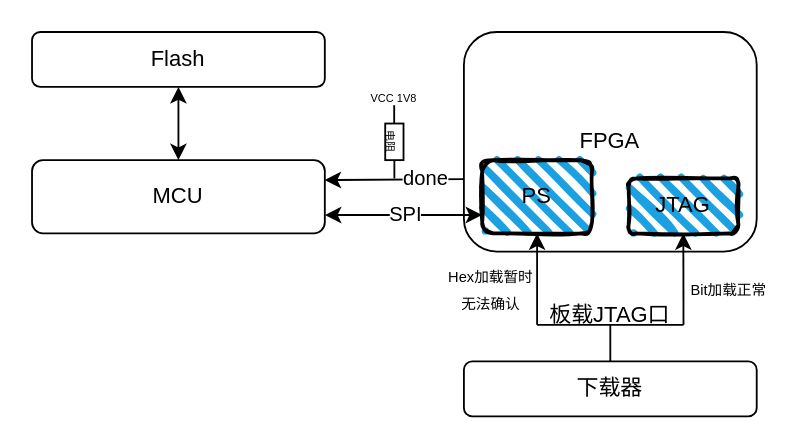
Before: A11-Done信号异常.drawio in shenwangchong/learngit, a draw.io diagram. Source tidied: cells renumbered, new cells numbered last; positions are measured from the earlier drawing's top-left corner, leaving out a move shared by most shapes. Both pictures are drawn from the tidied source at 183%, with x=0, y=0 at pixel (31, 31).
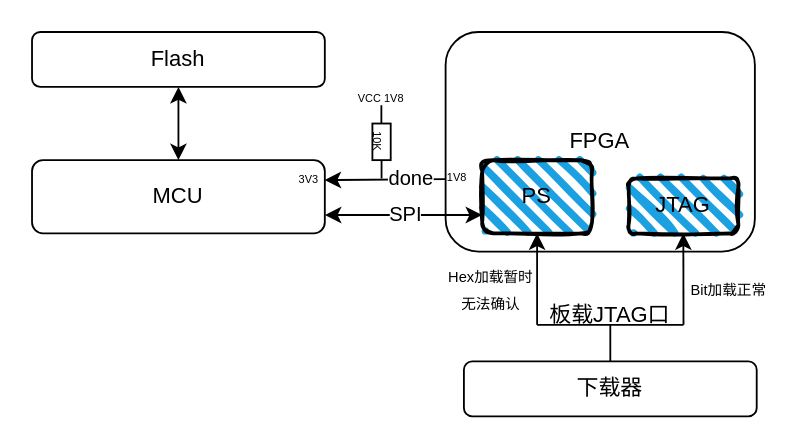
The same diagram, later.

Commit message:
更新A11-Done信号异常.drawio

The change refers to these unchanged cells:
```xml
<mxCell id="18" style="endArrow=classic;html=1;rounded=0;exitX=-0.002;exitY=0.67;exitDx=0;exitDy=0;exitPerimeter=0;entryX=0.999;entryY=0.273;entryDx=0;entryDy=0;entryPerimeter=0;" parent="1" edge="1" source="4" target="3">
  <mxGeometry relative="1" as="geometry" />
</mxCell>
```

Change to the diagram source:
```diff
@@
     <mxCell id="4" value="FPGA" style="rounded=1;whiteSpace=wrap;html=1;" parent="1" vertex="1">
-      <mxGeometry x="236" width="160" height="120" as="geometry" />
+      <mxGeometry x="226" width="169" height="120" as="geometry" />
     </mxCell>
@@
     <mxCell id="19" value="done" style="edgeLabel;html=1;align=center;verticalAlign=middle;" parent="18" vertex="1">
-      <mxGeometry x="-0.45" y="-1" relative="1" as="geometry" />
+      <mxGeometry x="-0.45" y="-1" relative="1" as="geometry">
+        <mxPoint x="-1" as="offset" />
+      </mxGeometry>
     </mxCell>
-    <mxCell id="20" value="&lt;font style=&quot;font-size: 6px;&quot;&gt;电阻&lt;/font&gt;" style="rounded=0;whiteSpace=wrap;html=1;rotation=90;" parent="1" vertex="1">
-      <mxGeometry x="188" y="55" width="20" height="10" as="geometry" />
+    <mxCell id="20" value="&lt;font style=&quot;font-size: 6px;&quot;&gt;10K&lt;/font&gt;" style="rounded=0;whiteSpace=wrap;html=1;rotation=90;" parent="1" vertex="1">
+      <mxGeometry x="181" y="55" width="20" height="10" as="geometry" />
     </mxCell>
     <mxCell id="21" style="endArrow=none;html=1;rounded=0;" parent="1" edge="1">
       <mxGeometry relative="1" as="geometry">
-        <mxPoint x="198" y="80" as="sourcePoint" />
-        <mxPoint x="198" y="70" as="targetPoint" />
+        <mxPoint x="191" y="80" as="sourcePoint" />
+        <mxPoint x="191" y="70" as="targetPoint" />
       </mxGeometry>
     </mxCell>
     <mxCell id="22" style="endArrow=none;html=1;rounded=0;" parent="1" edge="1">
       <mxGeometry relative="1" as="geometry">
-        <mxPoint x="197.9" y="50" as="sourcePoint" />
-        <mxPoint x="197.9" y="40" as="targetPoint" />
+        <mxPoint x="190.9" y="50" as="sourcePoint" />
+        <mxPoint x="190.9" y="40" as="targetPoint" />
       </mxGeometry>
     </mxCell>
     <mxCell id="23" value="&lt;font style=&quot;font-size: 6px;&quot;&gt;VCC 1V8&lt;/font&gt;" style="text;html=1;whiteSpace=wrap;strokeColor=none;fillColor=none;align=center;verticalAlign=middle;rounded=0;" parent="1" vertex="1">
-      <mxGeometry x="183" y="30" width="30" height="10" as="geometry" />
+      <mxGeometry x="176" y="30" width="30" height="10" as="geometry" />
     </mxCell>
+    <mxCell id="24" value="&lt;font style=&quot;font-size: 6px;&quot;&gt;1V8&lt;/font&gt;" style="text;html=1;whiteSpace=wrap;strokeColor=none;fillColor=none;align=center;verticalAlign=middle;rounded=0;" parent="1" vertex="1">
+      <mxGeometry x="224" y="73" width="17" height="10" as="geometry" />
+    </mxCell>
+    <mxCell id="25" value="&lt;font style=&quot;font-size: 6px;&quot;&gt;3V3&lt;/font&gt;" style="text;html=1;whiteSpace=wrap;strokeColor=none;fillColor=none;align=center;verticalAlign=middle;rounded=0;" parent="1" vertex="1">
+      <mxGeometry x="143" y="74" width="17" height="10" as="geometry" />
+    </mxCell>
```
